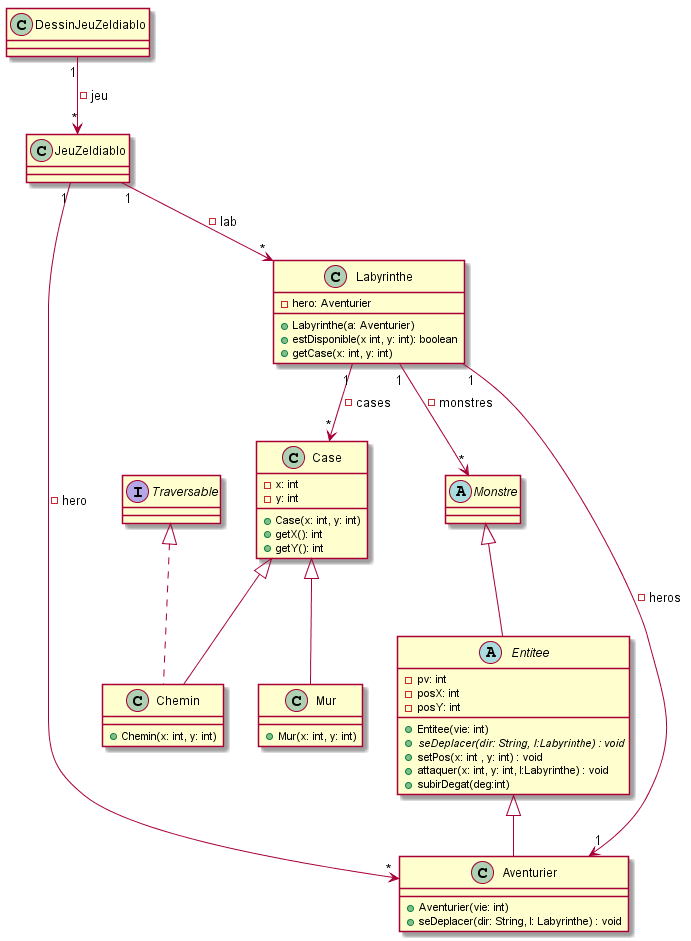
NunzioArdi/2019_coo_zeldiablo keeps this PlantUML diagram as documents/version_3.0/diagramme_classe.png. Above is the earlier version.
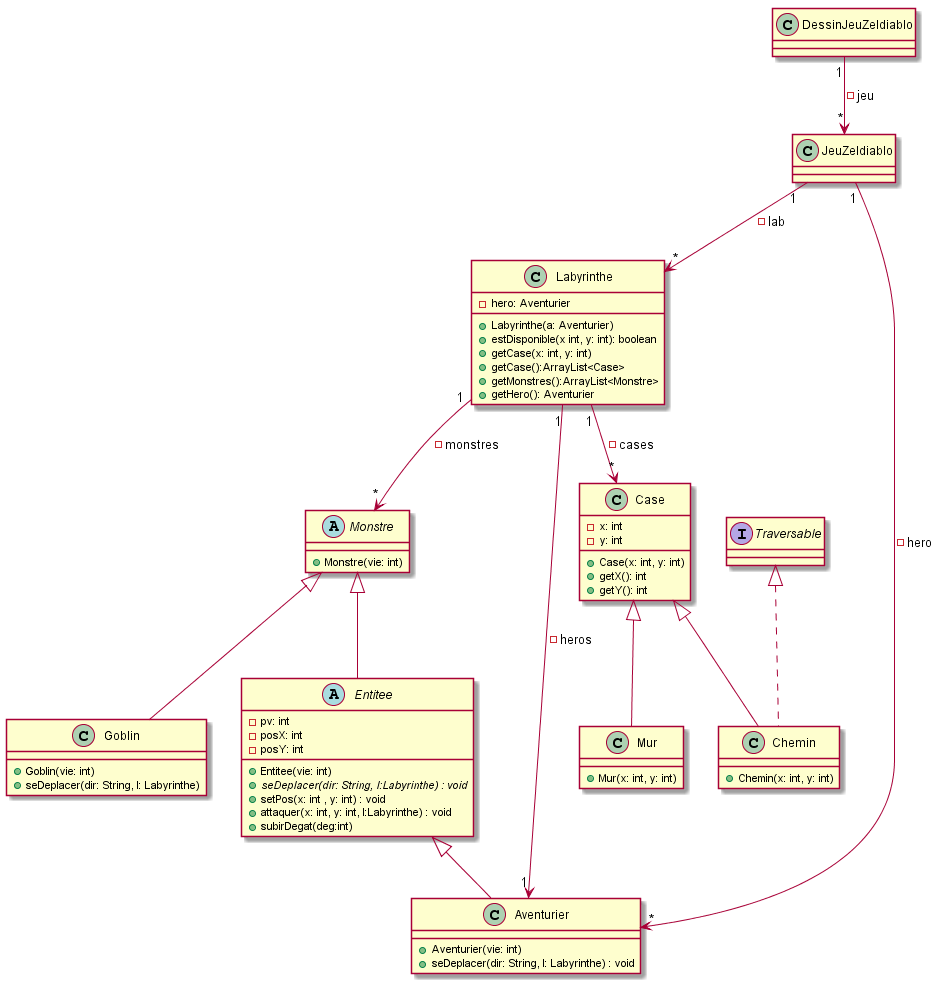
The same file after the commit.

Commit message:
ajout classe goblin diagramme class

The edit, as a diff of the source:
```diff
@@ -9,6 +9,9 @@
 +Labyrinthe(a: Aventurier)
 +estDisponible(x int, y: int): boolean
 +getCase(x: int, y: int)
++getCase():ArrayList<Case>
++getMonstres():ArrayList<Monstre>
++getHero(): Aventurier
 }
 
 class Case{
@@ -52,7 +55,12 @@
 }
 
 abstract class Monstre {
++Monstre(vie: int)
+}
 
+class Goblin {
++Goblin(vie: int)
++seDeplacer(dir: String, l: Labyrinthe)
 }
 
 
@@ -67,4 +75,5 @@
 JeuZeldiablo "1" --> "*" Labyrinthe : -lab
 JeuZeldiablo "1" --> "*" Aventurier : -hero
 DessinJeuZeldiablo "1" --> "*" JeuZeldiablo : -jeu
+Monstre <|-- Goblin
 @enduml
```
